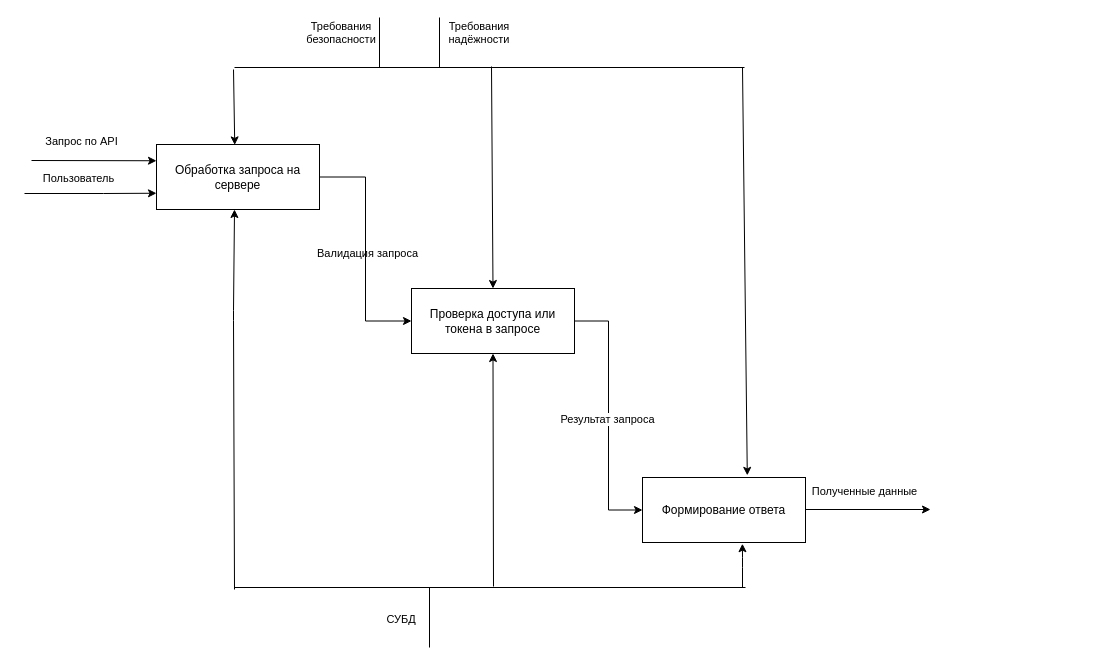
Before: page "Страница-2" (2 of 8) of техническое_задание.drawio in Filimon4/diplom, a draw.io diagram. Source tidied: cells renumbered, new cells numbered last; positions are measured from the earlier drawing's top-left corner, leaving out a move shared by most shapes. Both pictures are drawn from the tidied source at 100%, with x=0, y=0 at pixel (24, 17).
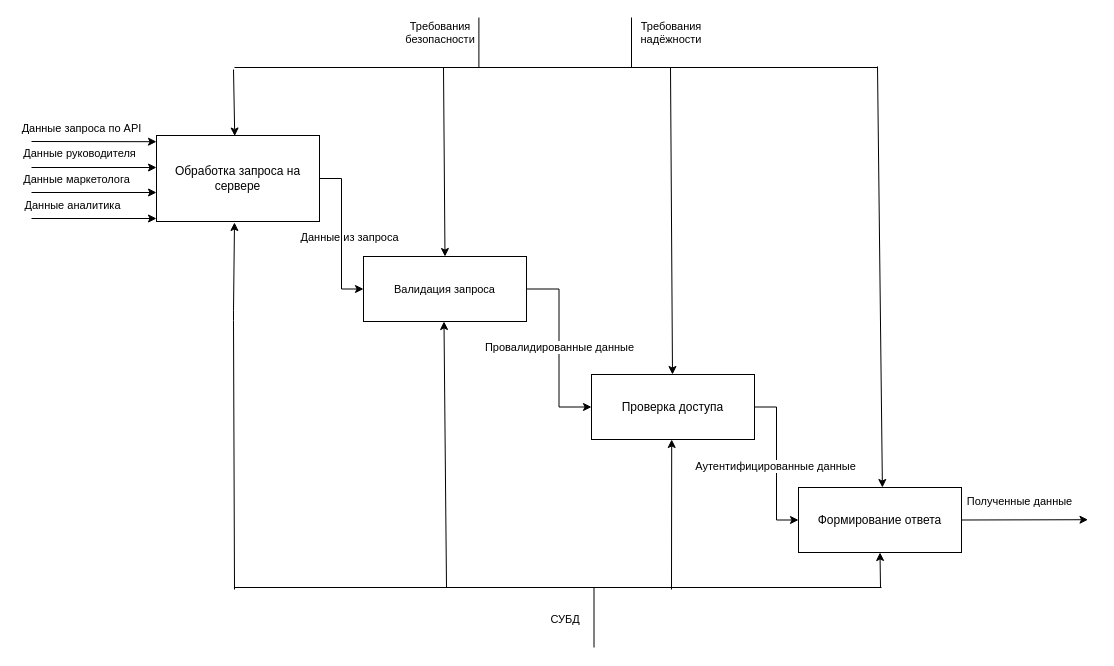
The same page after the edit.

The change refers to these unchanged cells:
```xml
<mxCell id="11" style="edgeStyle=orthogonalEdgeStyle;rounded=0;jettySize=auto;html=1;exitX=1;exitY=0.5;exitDx=0;exitDy=0;entryX=0;entryY=0.5;entryDx=0;entryDy=0;" parent="1" edge="1" source="13" target="14">
  <mxGeometry relative="1" as="geometry" />
</mxCell>
```

Change to the diagram source:
```diff
@@
-    <mxCell id="2" style="endArrow=classic;html=1;rounded=0;labelBackgroundColor=none;fontColor=default;entryX=0;entryY=0.25;entryDx=0;entryDy=0;" parent="1" edge="1" target="10">
+    <mxCell id="2" style="endArrow=classic;html=1;rounded=0;labelBackgroundColor=none;fontColor=default;entryX=0;entryY=0.25;entryDx=0;entryDy=0;" parent="1" edge="1">
       <mxGeometry relative="1" as="geometry">
-        <mxPoint x="7" y="143" as="sourcePoint" />
+        <mxPoint x="7" y="124" as="sourcePoint" />
+        <mxPoint x="132" y="124.2" as="targetPoint" />
       </mxGeometry>
     </mxCell>
-    <mxCell id="3" value="Запрос по API" style="edgeLabel;html=1;align=center;verticalAlign=middle;labelBackgroundColor=none;" parent="2" vertex="1">
+    <mxCell id="3" value="Данные запроса по API" style="edgeLabel;html=1;align=center;verticalAlign=middle;labelBackgroundColor=none;" parent="2" vertex="1">
       <mxGeometry x="-0.06" relative="1" as="geometry">
-        <mxPoint x="-9" y="-20" as="offset" />
+        <mxPoint x="-9" y="-14" as="offset" />
       </mxGeometry>
     </mxCell>
-    <mxCell id="4" style="endArrow=classic;html=1;rounded=0;labelBackgroundColor=none;fontColor=default;" parent="1" edge="1">
+    <mxCell id="4" style="endArrow=classic;html=1;rounded=0;labelBackgroundColor=none;fontColor=default;exitX=0.997;exitY=0.435;exitDx=0;exitDy=0;exitPerimeter=0;" parent="1" edge="1">
       <mxGeometry relative="1" as="geometry">
-        <mxPoint x="781" y="492" as="sourcePoint" />
-        <mxPoint x="906" y="492" as="targetPoint" />
+        <mxPoint x="937" y="502.5" as="sourcePoint" />
+        <mxPoint x="1063.5" y="502.2" as="targetPoint" />
       </mxGeometry>
     </mxCell>
@@
-    <mxCell id="6" style="endArrow=classic;html=1;rounded=0;labelBackgroundColor=none;fontColor=default;entryX=0;entryY=0.75;entryDx=0;entryDy=0;" parent="1" edge="1" target="10">
-      <mxGeometry relative="1" as="geometry">
-        <mxPoint y="176" as="sourcePoint" />
-        <Array as="points">
-          <mxPoint x="79" y="176" />
-        </Array>
-      </mxGeometry>
-    </mxCell>
-    <mxCell id="7" value="Пользователь" style="edgeLabel;html=1;align=center;verticalAlign=middle;labelBackgroundColor=none;" parent="6" vertex="1">
-      <mxGeometry x="-0.06" relative="1" as="geometry">
-        <mxPoint x="-9" y="-16" as="offset" />
-      </mxGeometry>
-    </mxCell>
-    <mxCell id="8" style="edgeStyle=orthogonalEdgeStyle;rounded=0;jettySize=auto;html=1;entryX=0;entryY=0.5;entryDx=0;entryDy=0;labelBackgroundColor=none;fontColor=default;" parent="1" edge="1" source="10" target="13">
+    <mxCell id="8" style="edgeStyle=orthogonalEdgeStyle;rounded=0;jettySize=auto;html=1;entryX=0;entryY=0.5;entryDx=0;entryDy=0;labelBackgroundColor=none;fontColor=default;" parent="1" edge="1" source="10" target="37">
       <mxGeometry relative="1" as="geometry" />
     </mxCell>
-    <mxCell id="9" value="Валидация запроса" style="edgeLabel;html=1;align=center;verticalAlign=middle;labelBackgroundColor=none;" parent="8" vertex="1">
+    <mxCell id="9" value="Данные из запроса" style="edgeLabel;html=1;align=center;verticalAlign=middle;labelBackgroundColor=none;" parent="8" vertex="1">
       <mxGeometry x="-0.05" y="1" relative="1" as="geometry">
-        <mxPoint y="10" as="offset" />
+        <mxPoint x="6" y="7" as="offset" />
       </mxGeometry>
     </mxCell>
     <mxCell id="10" value="Обработка запроса на сервере" style="rounded=0;whiteSpace=wrap;html=1;labelBackgroundColor=none;" parent="1" vertex="1">
-      <mxGeometry x="132" y="127" width="163" height="65" as="geometry" />
+      <mxGeometry x="132" y="118" width="163" height="86" as="geometry" />
     </mxCell>
@@
-    <mxCell id="12" value="Результат запроса" style="edgeLabel;html=1;align=center;verticalAlign=middle;" parent="11" vertex="1">
+    <mxCell id="12" value="Аутентифицированные данные" style="edgeLabel;html=1;align=center;verticalAlign=middle;" parent="11" vertex="1">
       <mxGeometry x="0.02" y="-2" relative="1" as="geometry">
         <mxPoint y="1" as="offset" />
       </mxGeometry>
     </mxCell>
-    <mxCell id="13" value="Проверка доступа или токена в запросе" style="rounded=0;whiteSpace=wrap;html=1;labelBackgroundColor=none;" parent="1" vertex="1">
-      <mxGeometry x="387" y="271" width="163" height="65" as="geometry" />
+    <mxCell id="13" value="Проверка доступа" style="rounded=0;whiteSpace=wrap;html=1;labelBackgroundColor=none;" parent="1" vertex="1">
+      <mxGeometry x="567" y="357" width="163" height="65" as="geometry" />
     </mxCell>
     <mxCell id="14" value="Формирование ответа" style="rounded=0;whiteSpace=wrap;html=1;labelBackgroundColor=none;" parent="1" vertex="1">
-      <mxGeometry x="618" y="460" width="163" height="65" as="geometry" />
+      <mxGeometry x="774" y="470" width="163" height="65" as="geometry" />
     </mxCell>
     <mxCell id="15" style="endArrow=none;html=1;rounded=0;labelBackgroundColor=none;fontColor=default;" parent="1" edge="1">
       <mxGeometry relative="1" as="geometry">
         <mxPoint x="210" y="50" as="sourcePoint" />
-        <mxPoint x="720" y="50" as="targetPoint" />
+        <mxPoint x="853" y="50" as="targetPoint" />
       </mxGeometry>
     </mxCell>
-    <mxCell id="16" style="endArrow=classic;html=1;rounded=0;entryX=0.5;entryY=0;entryDx=0;entryDy=0;labelBackgroundColor=none;fontColor=default;" parent="1" edge="1" target="13">
+    <mxCell id="16" style="endArrow=classic;html=1;rounded=0;entryX=0.5;entryY=0;entryDx=0;entryDy=0;labelBackgroundColor=none;fontColor=default;" parent="1" edge="1" target="37">
       <mxGeometry relative="1" as="geometry">
-        <mxPoint x="467" y="49" as="sourcePoint" />
+        <mxPoint x="419" y="50" as="sourcePoint" />
       </mxGeometry>
     </mxCell>
-    <mxCell id="17" style="endArrow=classic;html=1;rounded=0;entryX=0.643;entryY=-0.033;entryDx=0;entryDy=0;entryPerimeter=0;labelBackgroundColor=none;fontColor=default;" parent="1" edge="1" target="14">
+    <mxCell id="17" style="endArrow=classic;html=1;rounded=0;entryX=0.643;entryY=-0.033;entryDx=0;entryDy=0;entryPerimeter=0;labelBackgroundColor=none;fontColor=default;" parent="1" edge="1">
       <mxGeometry relative="1" as="geometry">
-        <mxPoint x="718" y="50" as="sourcePoint" />
+        <mxPoint x="853" y="49" as="sourcePoint" />
+        <mxPoint x="857.9" y="470" as="targetPoint" />
       </mxGeometry>
     </mxCell>
     <mxCell id="18" value="&lt;span style=&quot;font-size: 11px; text-wrap-mode: nowrap;&quot;&gt;Требования&lt;/span&gt;&lt;div style=&quot;font-size: 11px; text-wrap-mode: nowrap;&quot;&gt;надёжности&lt;/div&gt;" style="text;html=1;align=center;verticalAlign=middle;whiteSpace=wrap;rounded=0;labelBackgroundColor=none;" parent="1" vertex="1">
-      <mxGeometry x="425" width="60" height="30" as="geometry" />
+      <mxGeometry x="617" width="60" height="30" as="geometry" />
     </mxCell>
     <mxCell id="19" value="&lt;span style=&quot;font-size: 11px; text-wrap-mode: nowrap;&quot;&gt;Требования&lt;/span&gt;&lt;div style=&quot;font-size: 11px; text-wrap-mode: nowrap;&quot;&gt;безопасности&lt;/div&gt;" style="text;html=1;align=center;verticalAlign=middle;whiteSpace=wrap;rounded=0;labelBackgroundColor=none;" parent="1" vertex="1">
-      <mxGeometry x="286.5" width="60" height="30" as="geometry" />
+      <mxGeometry x="385.9" width="60" height="30" as="geometry" />
     </mxCell>
@@
     <mxCell id="21" style="endArrow=none;html=1;rounded=0;labelBackgroundColor=none;fontColor=default;" parent="1" edge="1">
       <mxGeometry relative="1" as="geometry">
-        <mxPoint x="355" y="50" as="sourcePoint" />
-        <mxPoint x="355" as="targetPoint" />
+        <mxPoint x="454.4" y="50" as="sourcePoint" />
+        <mxPoint x="454.4" as="targetPoint" />
       </mxGeometry>
     </mxCell>
     <mxCell id="22" style="endArrow=none;html=1;rounded=0;labelBackgroundColor=none;fontColor=default;" parent="1" edge="1">
       <mxGeometry relative="1" as="geometry">
-        <mxPoint x="415" as="sourcePoint" />
-        <mxPoint x="415" y="50" as="targetPoint" />
+        <mxPoint x="607" as="sourcePoint" />
+        <mxPoint x="607" y="50" as="targetPoint" />
       </mxGeometry>
     </mxCell>
     <mxCell id="23" style="endArrow=none;html=1;rounded=0;labelBackgroundColor=none;fontColor=default;" parent="1" edge="1">
       <mxGeometry relative="1" as="geometry">
         <mxPoint x="210" y="570" as="sourcePoint" />
-        <mxPoint x="721" y="570" as="targetPoint" />
+        <mxPoint x="857" y="570" as="targetPoint" />
       </mxGeometry>
     </mxCell>
-    <mxCell id="24" style="endArrow=classic;html=1;rounded=0;entryX=0.613;entryY=1.019;entryDx=0;entryDy=0;entryPerimeter=0;labelBackgroundColor=none;fontColor=default;" parent="1" edge="1" target="14">
+    <mxCell id="24" style="endArrow=classic;html=1;rounded=0;entryX=0.5;entryY=1;entryDx=0;entryDy=0;labelBackgroundColor=none;fontColor=default;" parent="1" edge="1" target="14">
       <mxGeometry relative="1" as="geometry">
-        <mxPoint x="718" y="570" as="sourcePoint" />
-        <Array as="points">
-          <mxPoint x="718" y="550" />
-          <mxPoint x="718" y="540" />
-        </Array>
+        <mxPoint x="856" y="570" as="sourcePoint" />
       </mxGeometry>
     </mxCell>
-    <mxCell id="25" style="endArrow=classic;html=1;rounded=0;entryX=0.5;entryY=1;entryDx=0;entryDy=0;labelBackgroundColor=none;fontColor=default;" parent="1" edge="1" target="13">
-      <mxGeometry relative="1" as="geometry">
-        <mxPoint x="469" y="569" as="sourcePoint" />
-      </mxGeometry>
-    </mxCell>
-    <mxCell id="26" style="endArrow=classic;html=1;rounded=0;entryX=0.5;entryY=1;entryDx=0;entryDy=0;labelBackgroundColor=none;fontColor=default;" parent="1" edge="1">
+    <mxCell id="26" style="endArrow=classic;html=1;rounded=0;labelBackgroundColor=none;fontColor=default;" parent="1" edge="1">
       <mxGeometry relative="1" as="geometry">
         <mxPoint x="210" y="572" as="sourcePoint" />
-        <mxPoint x="210" y="192" as="targetPoint" />
+        <mxPoint x="210" y="205" as="targetPoint" />
         <Array as="points">
           <mxPoint x="209" y="303" />
           <mxPoint x="209" y="293" />
         </Array>
       </mxGeometry>
     </mxCell>
     <mxCell id="27" value="&lt;span style=&quot;font-size: 11px; text-wrap-mode: nowrap;&quot;&gt;СУБД&lt;/span&gt;" style="text;html=1;align=center;verticalAlign=middle;whiteSpace=wrap;rounded=0;labelBackgroundColor=none;" parent="1" vertex="1">
-      <mxGeometry x="346.5" y="587" width="60" height="30" as="geometry" />
+      <mxGeometry x="511" y="587" width="60" height="30" as="geometry" />
     </mxCell>
     <mxCell id="28" style="endArrow=none;html=1;rounded=0;labelBackgroundColor=none;fontColor=default;" parent="1" edge="1">
       <mxGeometry relative="1" as="geometry">
-        <mxPoint x="405" y="630" as="sourcePoint" />
-        <mxPoint x="405" y="570" as="targetPoint" />
+        <mxPoint x="569.5" y="630" as="sourcePoint" />
+        <mxPoint x="569.5" y="570" as="targetPoint" />
       </mxGeometry>
     </mxCell>
+    <mxCell id="29" style="endArrow=classic;html=1;rounded=0;labelBackgroundColor=none;fontColor=default;" parent="1" edge="1">
+      <mxGeometry relative="1" as="geometry">
+        <mxPoint x="7" y="150" as="sourcePoint" />
+        <mxPoint x="132" y="150" as="targetPoint" />
+      </mxGeometry>
+    </mxCell>
+    <mxCell id="30" value="Данные руководителя" style="edgeLabel;html=1;align=center;verticalAlign=middle;labelBackgroundColor=none;" parent="29" vertex="1">
+      <mxGeometry x="-0.06" relative="1" as="geometry">
+        <mxPoint x="-12" y="-15" as="offset" />
+      </mxGeometry>
+    </mxCell>
+    <mxCell id="31" style="endArrow=classic;html=1;rounded=0;labelBackgroundColor=none;fontColor=default;" parent="1" edge="1">
+      <mxGeometry relative="1" as="geometry">
+        <mxPoint x="7" y="175" as="sourcePoint" />
+        <mxPoint x="132" y="175" as="targetPoint" />
+      </mxGeometry>
+    </mxCell>
+    <mxCell id="32" value="Данные маркетолога" style="edgeLabel;html=1;align=center;verticalAlign=middle;labelBackgroundColor=none;" parent="31" vertex="1">
+      <mxGeometry x="-0.06" relative="1" as="geometry">
+        <mxPoint x="-15" y="-14" as="offset" />
+      </mxGeometry>
+    </mxCell>
+    <mxCell id="33" style="endArrow=classic;html=1;rounded=0;labelBackgroundColor=none;fontColor=default;" parent="1" edge="1">
+      <mxGeometry relative="1" as="geometry">
+        <mxPoint x="7" y="201" as="sourcePoint" />
+        <mxPoint x="132" y="201" as="targetPoint" />
+      </mxGeometry>
+    </mxCell>
+    <mxCell id="34" value="Данные аналитика" style="edgeLabel;html=1;align=center;verticalAlign=middle;labelBackgroundColor=none;" parent="33" vertex="1">
+      <mxGeometry x="-0.06" relative="1" as="geometry">
+        <mxPoint x="-19" y="-14" as="offset" />
+      </mxGeometry>
+    </mxCell>
+    <mxCell id="35" style="edgeStyle=orthogonalEdgeStyle;rounded=0;jettySize=auto;html=1;exitX=1;exitY=0.5;exitDx=0;exitDy=0;entryX=0;entryY=0.5;entryDx=0;entryDy=0;" parent="1" edge="1" source="37" target="13">
+      <mxGeometry relative="1" as="geometry" />
+    </mxCell>
+    <mxCell id="36" value="Провалидированные данные" style="edgeLabel;html=1;align=center;verticalAlign=middle;" parent="35" vertex="1">
+      <mxGeometry x="0.02" relative="1" as="geometry">
+        <mxPoint y="-3" as="offset" />
+      </mxGeometry>
+    </mxCell>
+    <mxCell id="37" value="&lt;span style=&quot;font-size: 11px; text-wrap-mode: nowrap;&quot;&gt;Валидация запроса&lt;/span&gt;" style="rounded=0;whiteSpace=wrap;html=1;labelBackgroundColor=none;" parent="1" vertex="1">
+      <mxGeometry x="339" y="239" width="163" height="65" as="geometry" />
+    </mxCell>
+    <mxCell id="38" style="endArrow=classic;html=1;rounded=0;entryX=0.5;entryY=0;entryDx=0;entryDy=0;labelBackgroundColor=none;fontColor=default;" parent="1" edge="1">
+      <mxGeometry relative="1" as="geometry">
+        <mxPoint x="422" y="570" as="sourcePoint" />
+        <mxPoint x="419.5" y="304" as="targetPoint" />
+      </mxGeometry>
+    </mxCell>
+    <mxCell id="39" style="endArrow=classic;html=1;rounded=0;entryX=0.5;entryY=0;entryDx=0;entryDy=0;labelBackgroundColor=none;fontColor=default;" parent="1" edge="1">
+      <mxGeometry relative="1" as="geometry">
+        <mxPoint x="646" y="50" as="sourcePoint" />
+        <mxPoint x="648" y="357" as="targetPoint" />
+      </mxGeometry>
+    </mxCell>
+    <mxCell id="40" style="endArrow=classic;html=1;rounded=0;entryX=0.5;entryY=0;entryDx=0;entryDy=0;labelBackgroundColor=none;fontColor=default;" parent="1" edge="1">
+      <mxGeometry relative="1" as="geometry">
+        <mxPoint x="647" y="572" as="sourcePoint" />
+        <mxPoint x="647.2" y="422" as="targetPoint" />
+      </mxGeometry>
+    </mxCell>
```
